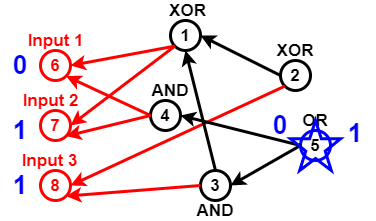
Earlier version of the draw.io export Untitled Diagram.png (sara1024/-CCF201412-2-Z-). Source tidied: cells renumbered, new cells last; positions are measured from the earlier drawing's top-left corner, leaving out a move shared by most shapes.
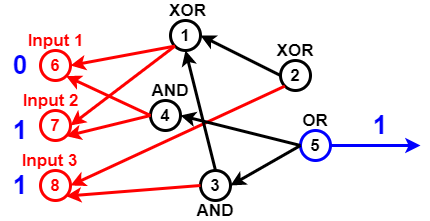
The same file after the commit.

Change to the diagram source:
```diff
@@ -89,14 +89,13 @@
     <mxCell id="30" value="1" style="text;html=1;strokeColor=none;fillColor=none;align=center;verticalAlign=middle;whiteSpace=wrap;rounded=0;fontSize=26;fontStyle=1;fontColor=#0000FF;" parent="1" vertex="1">
       <mxGeometry y="175" width="40" height="20" as="geometry" />
     </mxCell>
-    <mxCell id="31" style="verticalLabelPosition=bottom;verticalAlign=top;html=1;shape=mxgraph.basic.star;strokeWidth=3;fillColor=none;gradientColor=none;fontSize=26;fontColor=#0000CC;strokeColor=#0000FF;" parent="1" vertex="1">
-      <mxGeometry x="290" y="120" width="50" height="50" as="geometry" />
-    </mxCell>
     <mxCell id="32" value="1" style="text;html=1;strokeColor=none;fillColor=none;align=center;verticalAlign=middle;whiteSpace=wrap;rounded=0;fontSize=26;fontColor=#0000FF;fontStyle=1;" parent="1" vertex="1">
-      <mxGeometry x="335" y="120" width="40" height="25" as="geometry" />
+      <mxGeometry x="360" y="112.5" width="40" height="25" as="geometry" />
     </mxCell>
-    <mxCell id="33" value="0" style="text;html=1;strokeColor=none;fillColor=none;align=center;verticalAlign=middle;whiteSpace=wrap;rounded=0;fontSize=26;fontColor=#0000FF;fontStyle=1;" parent="1" vertex="1">
-      <mxGeometry x="260" y="115" width="40" height="20" as="geometry" />
-    </mxCell>
+    <mxCell id="34" style="endArrow=classic;html=1;strokeWidth=3;fontSize=26;fontColor=#0000FF;strokeColor=#0000FF;exitX=1;exitY=0.5;exitDx=0;exitDy=0;" parent="1" edge="1" source="15">
+      <mxGeometry relative="1" as="geometry">
+        <mxPoint x="420" y="145" as="targetPoint" />
+      </mxGeometry>
+    </mxCell>
   </root>
 </mxGraphModel>
```
